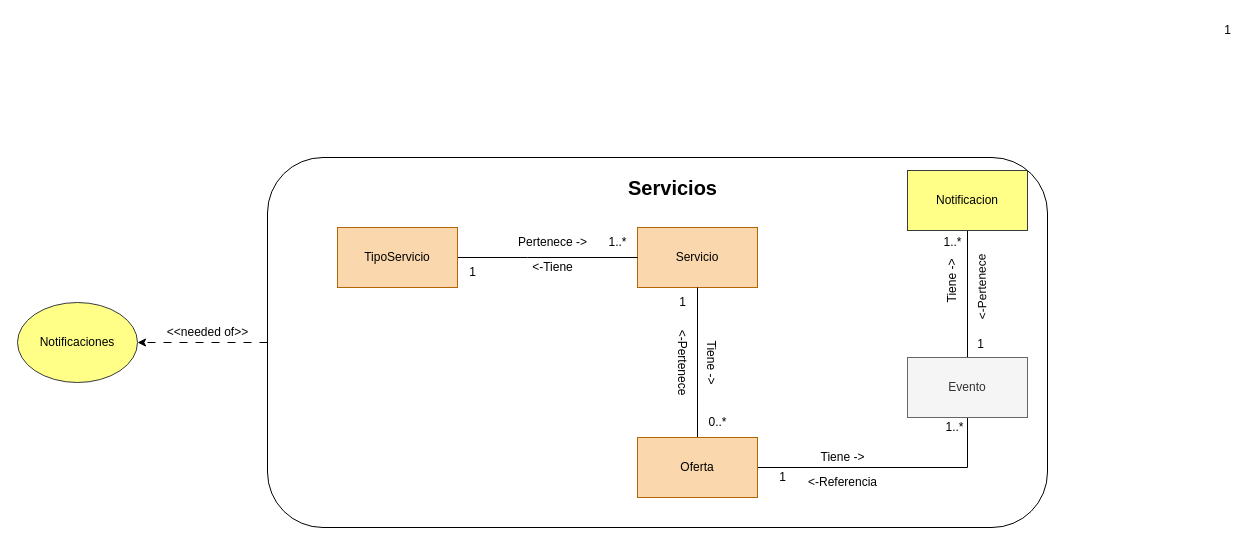
Earlier version of the draw.io diagram page "4.5 Servicios-ModeloDominioAcotado" (8 of 16) of SpaOnline/ModeloDominioSpa.drawio (cristianospina/DOO). Source tidied: cells renumbered, new cells numbered last; positions are measured from the earlier drawing's top-left corner, leaving out a move shared by most shapes. Both pictures are drawn from the tidied source at 100%, with x=0, y=0 at pixel (17, 17).
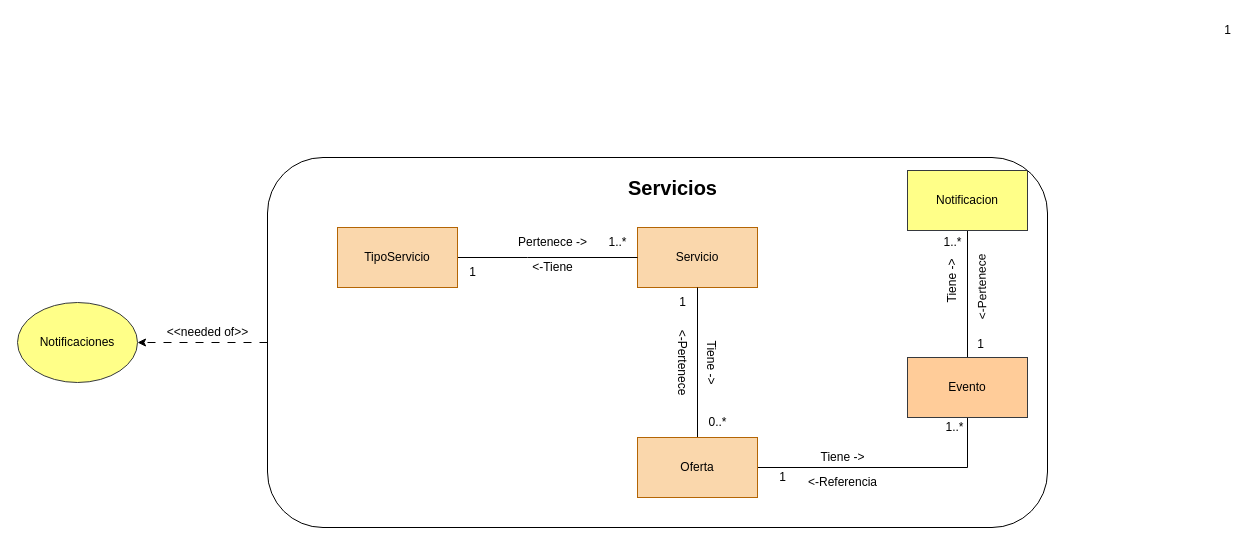
Above is the later version.

The edit, as a diff of the source:
```diff
@@
-    <mxCell id="22" value="Evento" style="rounded=0;whiteSpace=wrap;html=1;fillColor=#f5f5f5;strokeColor=#666666;fontColor=#333333;" parent="1" vertex="1">
+    <mxCell id="22" value="Evento" style="rounded=0;whiteSpace=wrap;html=1;fillColor=#ffcc99;strokeColor=#36393d;" parent="1" vertex="1">
       <mxGeometry x="890" y="340" width="120" height="60" as="geometry" />
     </mxCell>
```
